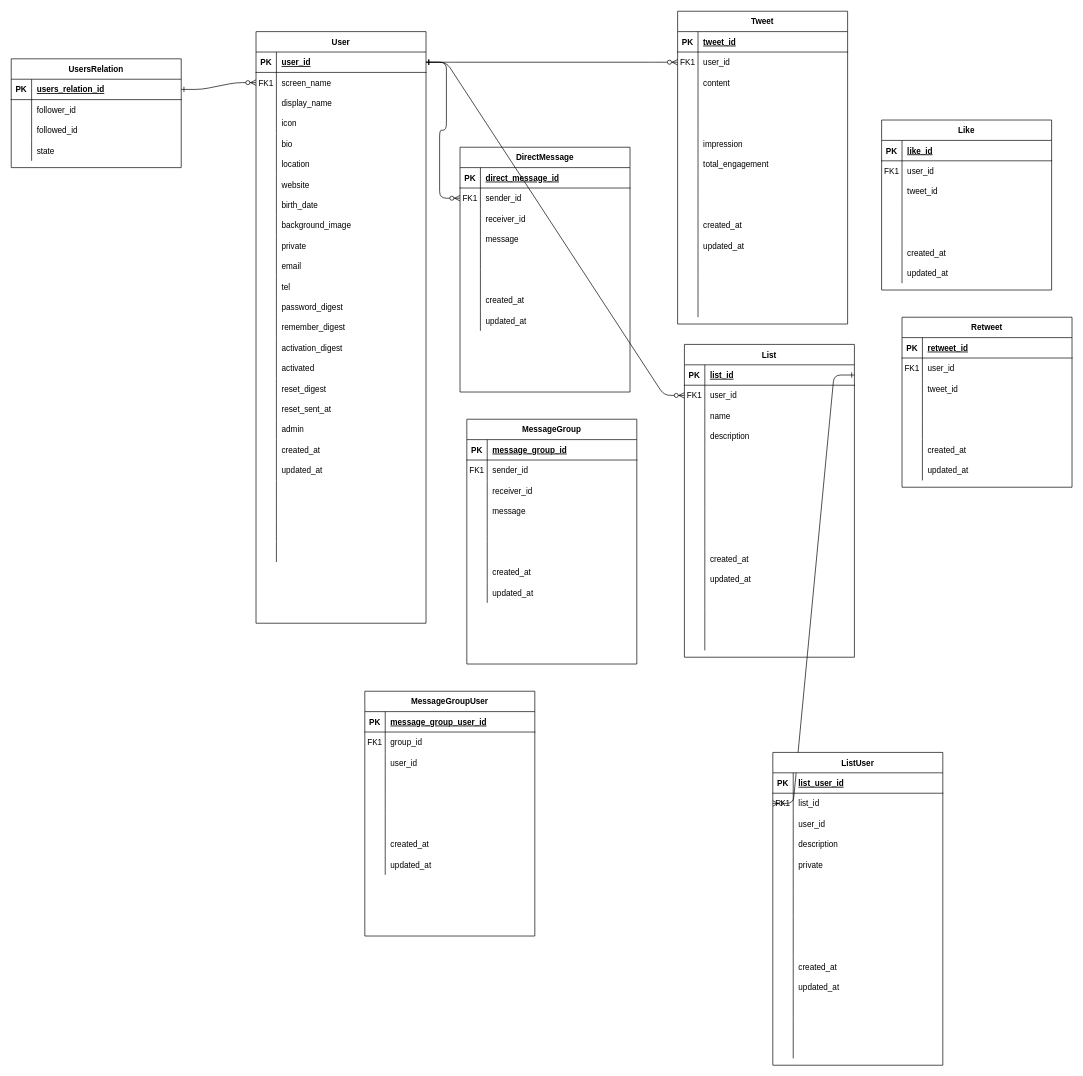
The draw.io diagram twitter.drawio in universato/boot, before the edit. Source tidied: cells renumbered, new cells numbered last; positions are measured from the earlier drawing's top-left corner, leaving out a move shared by most shapes. Both pictures are drawn from the tidied source at 68%, with x=0, y=0 at pixel (11, 11).
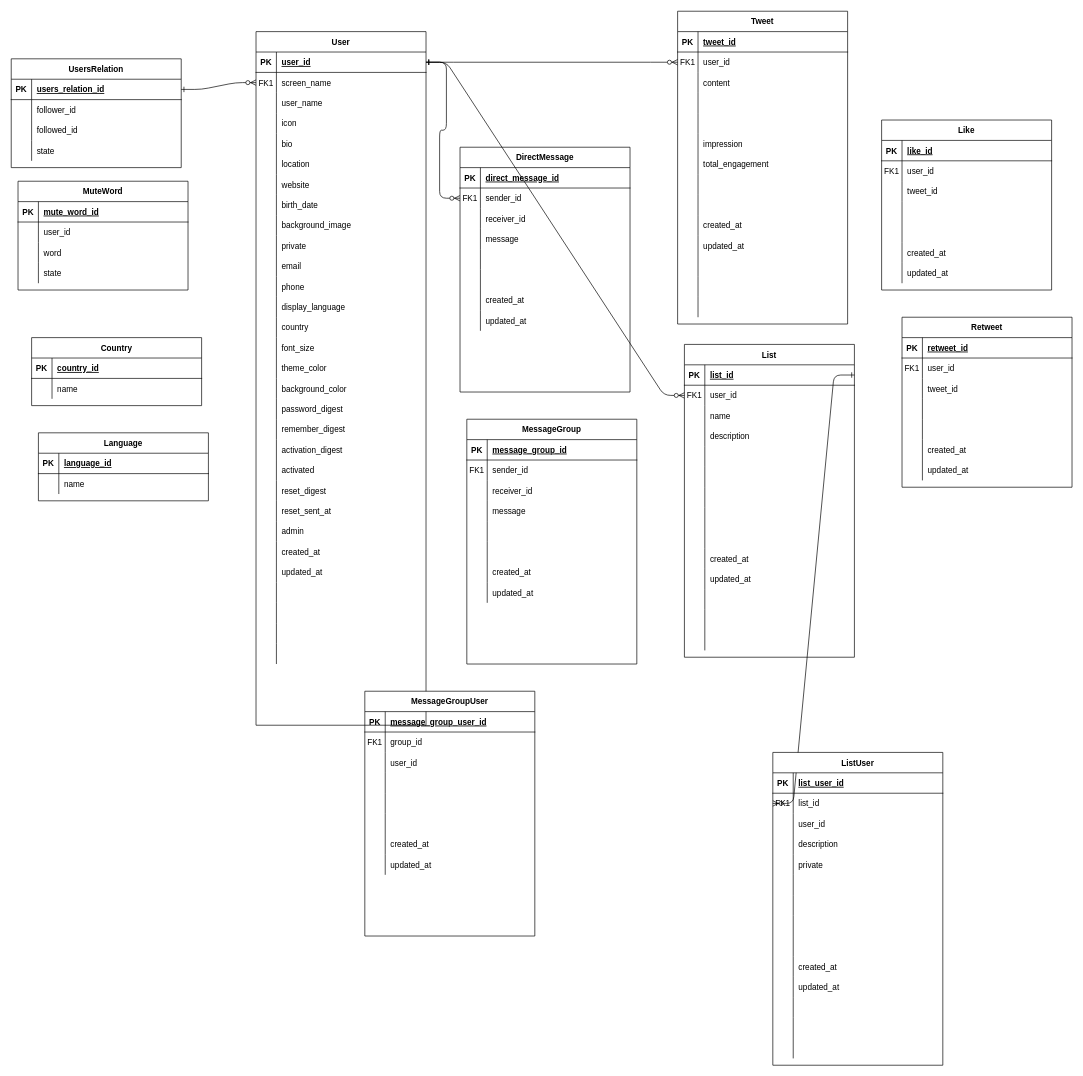
The same diagram, later.

Commit message:
Update twitter.drawio about user

The change refers to these unchanged cells:
```xml
<mxCell id="11" style="shape=partialRectangle;fillColor=none;top=0;left=0;right=0;bottom=0;" parent="4" vertex="1">
  <mxGeometry y="90" width="250" height="30" as="geometry" />
</mxCell>
<mxCell id="38" style="shape=partialRectangle;fillColor=none;top=0;left=0;right=0;bottom=0;" parent="4" vertex="1">
  <mxGeometry y="360" width="250" height="30" as="geometry" />
</mxCell>
```

What changed in the source:
```diff
@@
     <mxCell id="4" value="User" style="shape=table;startSize=30;childLayout=tableLayout;rowLines=0;fontStyle=1;align=center;" parent="1" vertex="1">
-      <mxGeometry x="360" y="30" width="250" height="870" as="geometry" />
+      <mxGeometry x="360" y="30" width="250" height="1020" as="geometry" />
     </mxCell>
@@
-    <mxCell id="13" value="display_name" style="shape=partialRectangle;overflow=hidden;fillColor=none;top=0;left=0;bottom=0;right=0;align=left;spacingLeft=6;" parent="11" vertex="1">
+    <mxCell id="13" value="user_name" style="shape=partialRectangle;overflow=hidden;fillColor=none;top=0;left=0;bottom=0;right=0;align=left;spacingLeft=6;" parent="11" vertex="1">
       <mxGeometry x="30" width="220" height="30" as="geometry" />
     </mxCell>
@@
-    <mxCell id="40" value="tel" style="shape=partialRectangle;overflow=hidden;fillColor=none;top=0;left=0;bottom=0;right=0;align=left;spacingLeft=6;" parent="38" vertex="1">
+    <mxCell id="40" value="phone" style="shape=partialRectangle;overflow=hidden;fillColor=none;top=0;left=0;bottom=0;right=0;align=left;spacingLeft=6;" parent="38" vertex="1">
       <mxGeometry x="30" width="220" height="30" as="geometry" />
     </mxCell>
+    <mxCell id="344" style="shape=partialRectangle;fillColor=none;top=0;left=0;right=0;bottom=0;" parent="4" vertex="1">
+      <mxGeometry y="390" width="250" height="30" as="geometry" />
+    </mxCell>
+    <mxCell id="345" style="shape=partialRectangle;overflow=hidden;fillColor=none;top=0;left=0;bottom=0;right=0;" parent="344" vertex="1">
+      <mxGeometry width="30" height="30" as="geometry" />
+    </mxCell>
+    <mxCell id="346" value="display_language" style="shape=partialRectangle;overflow=hidden;fillColor=none;top=0;left=0;bottom=0;right=0;align=left;spacingLeft=6;" parent="344" vertex="1">
+      <mxGeometry x="30" width="220" height="30" as="geometry" />
+    </mxCell>
+    <mxCell id="347" style="shape=partialRectangle;fillColor=none;top=0;left=0;right=0;bottom=0;" parent="4" vertex="1">
+      <mxGeometry y="420" width="250" height="30" as="geometry" />
+    </mxCell>
+    <mxCell id="348" style="shape=partialRectangle;overflow=hidden;fillColor=none;top=0;left=0;bottom=0;right=0;" parent="347" vertex="1">
+      <mxGeometry width="30" height="30" as="geometry" />
+    </mxCell>
+    <mxCell id="349" value="country" style="shape=partialRectangle;overflow=hidden;fillColor=none;top=0;left=0;bottom=0;right=0;align=left;spacingLeft=6;" parent="347" vertex="1">
+      <mxGeometry x="30" width="220" height="30" as="geometry" />
+    </mxCell>
+    <mxCell id="350" style="shape=partialRectangle;fillColor=none;top=0;left=0;right=0;bottom=0;" parent="4" vertex="1">
+      <mxGeometry y="450" width="250" height="30" as="geometry" />
+    </mxCell>
+    <mxCell id="351" style="shape=partialRectangle;overflow=hidden;fillColor=none;top=0;left=0;bottom=0;right=0;" parent="350" vertex="1">
+      <mxGeometry width="30" height="30" as="geometry" />
+    </mxCell>
+    <mxCell id="352" value="font_size" style="shape=partialRectangle;overflow=hidden;fillColor=none;top=0;left=0;bottom=0;right=0;align=left;spacingLeft=6;" parent="350" vertex="1">
+      <mxGeometry x="30" width="220" height="30" as="geometry" />
+    </mxCell>
+    <mxCell id="353" style="shape=partialRectangle;fillColor=none;top=0;left=0;right=0;bottom=0;" parent="4" vertex="1">
+      <mxGeometry y="480" width="250" height="30" as="geometry" />
+    </mxCell>
+    <mxCell id="354" style="shape=partialRectangle;overflow=hidden;fillColor=none;top=0;left=0;bottom=0;right=0;" parent="353" vertex="1">
+      <mxGeometry width="30" height="30" as="geometry" />
+    </mxCell>
+    <mxCell id="355" value="theme_color" style="shape=partialRectangle;overflow=hidden;fillColor=none;top=0;left=0;bottom=0;right=0;align=left;spacingLeft=6;" parent="353" vertex="1">
+      <mxGeometry x="30" width="220" height="30" as="geometry" />
+    </mxCell>
+    <mxCell id="356" style="shape=partialRectangle;fillColor=none;top=0;left=0;right=0;bottom=0;" parent="4" vertex="1">
+      <mxGeometry y="510" width="250" height="30" as="geometry" />
+    </mxCell>
+    <mxCell id="357" style="shape=partialRectangle;overflow=hidden;fillColor=none;top=0;left=0;bottom=0;right=0;" parent="356" vertex="1">
+      <mxGeometry width="30" height="30" as="geometry" />
+    </mxCell>
+    <mxCell id="358" value="background_color" style="shape=partialRectangle;overflow=hidden;fillColor=none;top=0;left=0;bottom=0;right=0;align=left;spacingLeft=6;" parent="356" vertex="1">
+      <mxGeometry x="30" width="220" height="30" as="geometry" />
+    </mxCell>
     <mxCell id="41" style="shape=partialRectangle;fillColor=none;top=0;left=0;right=0;bottom=0;" parent="4" vertex="1">
-      <mxGeometry y="390" width="250" height="30" as="geometry" />
+      <mxGeometry y="540" width="250" height="30" as="geometry" />
     </mxCell>
@@
     <mxCell id="44" style="shape=partialRectangle;fillColor=none;top=0;left=0;right=0;bottom=0;" parent="4" vertex="1">
-      <mxGeometry y="420" width="250" height="30" as="geometry" />
+      <mxGeometry y="570" width="250" height="30" as="geometry" />
     </mxCell>
@@
     <mxCell id="47" style="shape=partialRectangle;fillColor=none;top=0;left=0;right=0;bottom=0;" parent="4" vertex="1">
-      <mxGeometry y="450" width="250" height="30" as="geometry" />
+      <mxGeometry y="600" width="250" height="30" as="geometry" />
     </mxCell>
@@
     <mxCell id="50" style="shape=partialRectangle;fillColor=none;top=0;left=0;right=0;bottom=0;" parent="4" vertex="1">
-      <mxGeometry y="480" width="250" height="30" as="geometry" />
+      <mxGeometry y="630" width="250" height="30" as="geometry" />
     </mxCell>
@@
     <mxCell id="53" style="shape=partialRectangle;fillColor=none;top=0;left=0;right=0;bottom=0;" parent="4" vertex="1">
-      <mxGeometry y="510" width="250" height="30" as="geometry" />
+      <mxGeometry y="660" width="250" height="30" as="geometry" />
     </mxCell>
@@
     <mxCell id="56" style="shape=partialRectangle;fillColor=none;top=0;left=0;right=0;bottom=0;" parent="4" vertex="1">
-      <mxGeometry y="540" width="250" height="30" as="geometry" />
+      <mxGeometry y="690" width="250" height="30" as="geometry" />
     </mxCell>
@@
     <mxCell id="59" style="shape=partialRectangle;fillColor=none;top=0;left=0;right=0;bottom=0;" parent="4" vertex="1">
-      <mxGeometry y="570" width="250" height="30" as="geometry" />
+      <mxGeometry y="720" width="250" height="30" as="geometry" />
     </mxCell>
@@
     <mxCell id="62" style="shape=partialRectangle;fillColor=none;top=0;left=0;right=0;bottom=0;" parent="4" vertex="1">
-      <mxGeometry y="600" width="250" height="30" as="geometry" />
+      <mxGeometry y="750" width="250" height="30" as="geometry" />
     </mxCell>
@@
     <mxCell id="65" style="shape=partialRectangle;fillColor=none;top=0;left=0;right=0;bottom=0;" parent="4" vertex="1">
-      <mxGeometry y="630" width="250" height="30" as="geometry" />
+      <mxGeometry y="780" width="250" height="30" as="geometry" />
     </mxCell>
@@
     <mxCell id="68" style="shape=partialRectangle;fillColor=none;top=0;left=0;right=0;bottom=0;" parent="4" vertex="1">
-      <mxGeometry y="660" width="250" height="30" as="geometry" />
+      <mxGeometry y="810" width="250" height="30" as="geometry" />
     </mxCell>
@@
     <mxCell id="71" style="shape=partialRectangle;fillColor=none;top=0;left=0;right=0;bottom=0;" parent="4" vertex="1">
-      <mxGeometry y="690" width="250" height="30" as="geometry" />
+      <mxGeometry y="840" width="250" height="30" as="geometry" />
     </mxCell>
@@
     <mxCell id="74" style="shape=partialRectangle;fillColor=none;top=0;left=0;right=0;bottom=0;" parent="4" vertex="1">
-      <mxGeometry y="720" width="250" height="30" as="geometry" />
+      <mxGeometry y="870" width="250" height="30" as="geometry" />
     </mxCell>
@@
     <mxCell id="77" style="shape=partialRectangle;fillColor=none;top=0;left=0;right=0;bottom=0;" parent="4" vertex="1">
-      <mxGeometry y="750" width="250" height="30" as="geometry" />
+      <mxGeometry y="900" width="250" height="30" as="geometry" />
     </mxCell>
@@
+    <mxCell id="359" value="MuteWord" style="shape=table;startSize=30;childLayout=tableLayout;rowLines=0;fontStyle=1;align=center;" parent="1" vertex="1">
+      <mxGeometry x="10" y="250" width="250" height="160" as="geometry" />
+    </mxCell>
+    <mxCell id="360" style="shape=partialRectangle;fillColor=none;top=0;left=0;right=0;bottom=1;" parent="359" vertex="1">
+      <mxGeometry y="30" width="250" height="30" as="geometry" />
+    </mxCell>
+    <mxCell id="361" value="PK" style="shape=partialRectangle;overflow=hidden;fillColor=none;top=0;left=0;bottom=0;right=0;fontStyle=1;" parent="360" vertex="1">
+      <mxGeometry width="30" height="30" as="geometry" />
+    </mxCell>
+    <mxCell id="362" value="mute_word_id" style="shape=partialRectangle;overflow=hidden;fillColor=none;top=0;left=0;bottom=0;right=0;align=left;spacingLeft=6;fontStyle=5;" parent="360" vertex="1">
+      <mxGeometry x="30" width="220" height="30" as="geometry" />
+    </mxCell>
+    <mxCell id="363" style="shape=partialRectangle;fillColor=none;top=0;left=0;right=0;bottom=0;" parent="359" vertex="1">
+      <mxGeometry y="60" width="250" height="30" as="geometry" />
+    </mxCell>
+    <mxCell id="364" style="shape=partialRectangle;overflow=hidden;fillColor=none;top=0;left=0;bottom=0;right=0;" parent="363" vertex="1">
+      <mxGeometry width="30" height="30" as="geometry" />
+    </mxCell>
+    <mxCell id="365" value="user_id" style="shape=partialRectangle;overflow=hidden;fillColor=none;top=0;left=0;bottom=0;right=0;align=left;spacingLeft=6;" parent="363" vertex="1">
+      <mxGeometry x="30" width="220" height="30" as="geometry" />
+    </mxCell>
+    <mxCell id="366" style="shape=partialRectangle;fillColor=none;top=0;left=0;right=0;bottom=0;" parent="359" vertex="1">
+      <mxGeometry y="90" width="250" height="30" as="geometry" />
+    </mxCell>
+    <mxCell id="367" style="shape=partialRectangle;overflow=hidden;fillColor=none;top=0;left=0;bottom=0;right=0;" parent="366" vertex="1">
+      <mxGeometry width="30" height="30" as="geometry" />
+    </mxCell>
+    <mxCell id="368" value="word" style="shape=partialRectangle;overflow=hidden;fillColor=none;top=0;left=0;bottom=0;right=0;align=left;spacingLeft=6;" parent="366" vertex="1">
+      <mxGeometry x="30" width="220" height="30" as="geometry" />
+    </mxCell>
+    <mxCell id="369" style="shape=partialRectangle;fillColor=none;top=0;left=0;right=0;bottom=0;" parent="359" vertex="1">
+      <mxGeometry y="120" width="250" height="30" as="geometry" />
+    </mxCell>
+    <mxCell id="370" style="shape=partialRectangle;overflow=hidden;fillColor=none;top=0;left=0;bottom=0;right=0;" parent="369" vertex="1">
+      <mxGeometry width="30" height="30" as="geometry" />
+    </mxCell>
+    <mxCell id="371" value="state" style="shape=partialRectangle;overflow=hidden;fillColor=none;top=0;left=0;bottom=0;right=0;align=left;spacingLeft=6;" parent="369" vertex="1">
+      <mxGeometry x="30" width="220" height="30" as="geometry" />
+    </mxCell>
+    <mxCell id="372" value="Country" style="shape=table;startSize=30;childLayout=tableLayout;rowLines=0;fontStyle=1;align=center;" parent="1" vertex="1">
+      <mxGeometry x="30" y="480" width="250" height="100" as="geometry" />
+    </mxCell>
+    <mxCell id="373" style="shape=partialRectangle;fillColor=none;top=0;left=0;right=0;bottom=1;" parent="372" vertex="1">
+      <mxGeometry y="30" width="250" height="30" as="geometry" />
+    </mxCell>
+    <mxCell id="374" value="PK" style="shape=partialRectangle;overflow=hidden;fillColor=none;top=0;left=0;bottom=0;right=0;fontStyle=1;" parent="373" vertex="1">
+      <mxGeometry width="30" height="30" as="geometry" />
+    </mxCell>
+    <mxCell id="375" value="country_id" style="shape=partialRectangle;overflow=hidden;fillColor=none;top=0;left=0;bottom=0;right=0;align=left;spacingLeft=6;fontStyle=5;" parent="373" vertex="1">
+      <mxGeometry x="30" width="220" height="30" as="geometry" />
+    </mxCell>
+    <mxCell id="376" style="shape=partialRectangle;fillColor=none;top=0;left=0;right=0;bottom=0;" parent="372" vertex="1">
+      <mxGeometry y="60" width="250" height="30" as="geometry" />
+    </mxCell>
+    <mxCell id="377" style="shape=partialRectangle;overflow=hidden;fillColor=none;top=0;left=0;bottom=0;right=0;" parent="376" vertex="1">
+      <mxGeometry width="30" height="30" as="geometry" />
+    </mxCell>
+    <mxCell id="378" value="name" style="shape=partialRectangle;overflow=hidden;fillColor=none;top=0;left=0;bottom=0;right=0;align=left;spacingLeft=6;" parent="376" vertex="1">
+      <mxGeometry x="30" width="220" height="30" as="geometry" />
+    </mxCell>
+    <mxCell id="379" value="Language" style="shape=table;startSize=30;childLayout=tableLayout;rowLines=0;fontStyle=1;align=center;" parent="1" vertex="1">
+      <mxGeometry x="40" y="620" width="250" height="100" as="geometry" />
+    </mxCell>
+    <mxCell id="380" style="shape=partialRectangle;fillColor=none;top=0;left=0;right=0;bottom=1;" parent="379" vertex="1">
+      <mxGeometry y="30" width="250" height="30" as="geometry" />
+    </mxCell>
+    <mxCell id="381" value="PK" style="shape=partialRectangle;overflow=hidden;fillColor=none;top=0;left=0;bottom=0;right=0;fontStyle=1;" parent="380" vertex="1">
+      <mxGeometry width="30" height="30" as="geometry" />
+    </mxCell>
+    <mxCell id="382" value="language_id" style="shape=partialRectangle;overflow=hidden;fillColor=none;top=0;left=0;bottom=0;right=0;align=left;spacingLeft=6;fontStyle=5;" parent="380" vertex="1">
+      <mxGeometry x="30" width="220" height="30" as="geometry" />
+    </mxCell>
+    <mxCell id="383" style="shape=partialRectangle;fillColor=none;top=0;left=0;right=0;bottom=0;" parent="379" vertex="1">
+      <mxGeometry y="60" width="250" height="30" as="geometry" />
+    </mxCell>
+    <mxCell id="384" style="shape=partialRectangle;overflow=hidden;fillColor=none;top=0;left=0;bottom=0;right=0;" parent="383" vertex="1">
+      <mxGeometry width="30" height="30" as="geometry" />
+    </mxCell>
+    <mxCell id="385" value="name" style="shape=partialRectangle;overflow=hidden;fillColor=none;top=0;left=0;bottom=0;right=0;align=left;spacingLeft=6;" parent="383" vertex="1">
+      <mxGeometry x="30" width="220" height="30" as="geometry" />
+    </mxCell>
```
